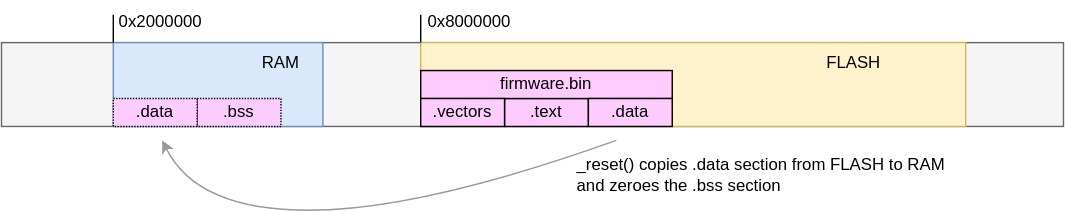
This is images/mem2.svg from cpq/bare-metal-programming-guide, a draw.io export, as it was before one commit. Source tidied: cells renumbered, new cells last; positions are measured from the earlier drawing's top-left corner, leaving out a move shared by most shapes. The source it was exported from:
```xml
<mxGraphModel>
  <root>
    <mxCell id="0" />
    <mxCell id="1" parent="0" />
    <mxCell id="2" style="rounded=0;whiteSpace=wrap;html=1;fillColor=#f5f5f5;fontColor=#333333;strokeColor=#666666;" parent="1" vertex="1">
      <mxGeometry y="30" width="760" height="60" as="geometry" />
    </mxCell>
    <mxCell id="3" style="rounded=0;whiteSpace=wrap;html=1;fillColor=#dae8fc;strokeColor=#6c8ebf;" parent="1" vertex="1">
      <mxGeometry x="80" y="30" width="150" height="60" as="geometry" />
    </mxCell>
    <mxCell id="4" style="rounded=0;whiteSpace=wrap;html=1;fillColor=#fff2cc;strokeColor=#d6b656;" parent="1" vertex="1">
      <mxGeometry x="300" y="30" width="390" height="60" as="geometry" />
    </mxCell>
    <mxCell id="5" style="group;fillColor=#FFCCFF;strokeColor=#9673a6;" parent="1" vertex="1">
      <mxGeometry x="300" y="50" width="180" height="40" as="geometry" />
    </mxCell>
    <mxCell id="6" value=".text" style="rounded=0;whiteSpace=wrap;html=1;fillColor=#FFCCFF;" parent="5" vertex="1">
      <mxGeometry x="60" y="20" width="60" height="20" as="geometry" />
    </mxCell>
    <mxCell id="7" value="firmware.bin" style="rounded=0;whiteSpace=wrap;html=1;fillColor=#FFCCFF;" parent="5" vertex="1">
      <mxGeometry width="180" height="20" as="geometry" />
    </mxCell>
    <mxCell id="8" value=".vectors" style="rounded=0;whiteSpace=wrap;html=1;fillColor=#FFCCFF;" parent="5" vertex="1">
      <mxGeometry y="20" width="60" height="20" as="geometry" />
    </mxCell>
    <mxCell id="9" value=".data" style="rounded=0;whiteSpace=wrap;html=1;fillColor=#FFCCFF;" parent="5" vertex="1">
      <mxGeometry x="120" y="20" width="60" height="20" as="geometry" />
    </mxCell>
    <mxCell id="10" value="FLASH" style="text;html=1;strokeColor=none;fillColor=none;align=center;verticalAlign=middle;whiteSpace=wrap;rounded=0;" parent="1" vertex="1">
      <mxGeometry x="580" y="30" width="60" height="30" as="geometry" />
    </mxCell>
    <mxCell id="11" style="endArrow=none;html=1;rounded=0;" parent="1" edge="1">
      <mxGeometry relative="1" as="geometry">
        <mxPoint x="300" y="30" as="sourcePoint" />
        <mxPoint x="300" y="10" as="targetPoint" />
      </mxGeometry>
    </mxCell>
    <mxCell id="12" style="endArrow=none;html=1;rounded=0;" parent="1" edge="1">
      <mxGeometry relative="1" as="geometry">
        <mxPoint x="80" y="30" as="sourcePoint" />
        <mxPoint x="80" y="10" as="targetPoint" />
      </mxGeometry>
    </mxCell>
    <mxCell id="13" value="0x2000000" style="text;html=1;strokeColor=none;fillColor=none;align=center;verticalAlign=middle;whiteSpace=wrap;rounded=0;" parent="1" vertex="1">
      <mxGeometry x="84" width="60" height="30" as="geometry" />
    </mxCell>
    <mxCell id="14" value="0x8000000" style="text;html=1;strokeColor=none;fillColor=none;align=center;verticalAlign=middle;whiteSpace=wrap;rounded=0;" parent="1" vertex="1">
      <mxGeometry x="305" width="60" height="30" as="geometry" />
    </mxCell>
    <mxCell id="15" style="curved=1;endArrow=classic;html=1;rounded=0;strokeColor=#999999;" parent="1" edge="1">
      <mxGeometry relative="1" as="geometry">
        <mxPoint x="440" y="100" as="sourcePoint" />
        <mxPoint x="115" y="100" as="targetPoint" />
        <Array as="points">
          <mxPoint x="300" y="150" />
          <mxPoint x="140" y="150" />
        </Array>
      </mxGeometry>
    </mxCell>
    <mxCell id="16" value=".bss" style="rounded=0;whiteSpace=wrap;html=1;fillColor=#FFCCFF;dashed=1;dashPattern=1 1;" parent="1" vertex="1">
      <mxGeometry x="140" y="70" width="60" height="20" as="geometry" />
    </mxCell>
    <mxCell id="17" value=".data" style="rounded=0;whiteSpace=wrap;html=1;fillColor=#FFCCFF;dashed=1;dashPattern=1 1;" parent="1" vertex="1">
      <mxGeometry x="80" y="70" width="60" height="20" as="geometry" />
    </mxCell>
    <mxCell id="18" value="RAM" style="text;html=1;strokeColor=none;fillColor=none;align=center;verticalAlign=middle;whiteSpace=wrap;rounded=0;" parent="1" vertex="1">
      <mxGeometry x="170" y="30" width="60" height="30" as="geometry" />
    </mxCell>
    <mxCell id="19" value="_reset() copies .data section from FLASH to RAM&lt;br&gt;and zeroes the .bss section" style="text;html=1;strokeColor=none;fillColor=none;align=left;verticalAlign=middle;whiteSpace=wrap;rounded=0;dashed=1;dashPattern=1 1;" parent="1" vertex="1">
      <mxGeometry x="410" y="110" width="295" height="30" as="geometry" />
    </mxCell>
  </root>
</mxGraphModel>
```
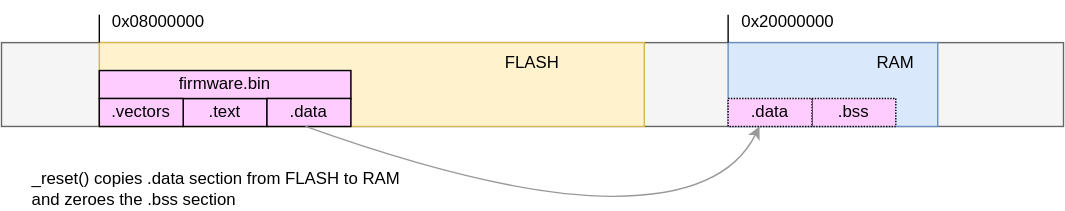
The same diagram one commit later.

Commit message:
Fix #1 - RAM address on diagrams

What changed in the source:
```diff
@@ -6,13 +6,13 @@
       <mxGeometry y="30" width="760" height="60" as="geometry" />
     </mxCell>
     <mxCell id="3" style="rounded=0;whiteSpace=wrap;html=1;fillColor=#dae8fc;strokeColor=#6c8ebf;" parent="1" vertex="1">
-      <mxGeometry x="80" y="30" width="150" height="60" as="geometry" />
+      <mxGeometry x="520" y="30" width="150" height="60" as="geometry" />
     </mxCell>
     <mxCell id="4" style="rounded=0;whiteSpace=wrap;html=1;fillColor=#fff2cc;strokeColor=#d6b656;" parent="1" vertex="1">
-      <mxGeometry x="300" y="30" width="390" height="60" as="geometry" />
+      <mxGeometry x="70" y="30" width="390" height="60" as="geometry" />
     </mxCell>
     <mxCell id="5" style="group;fillColor=#FFCCFF;strokeColor=#9673a6;" parent="1" vertex="1">
-      <mxGeometry x="300" y="50" width="180" height="40" as="geometry" />
+      <mxGeometry x="70" y="50" width="180" height="40" as="geometry" />
     </mxCell>
     <mxCell id="6" value=".text" style="rounded=0;whiteSpace=wrap;html=1;fillColor=#FFCCFF;" parent="5" vertex="1">
       <mxGeometry x="60" y="20" width="60" height="20" as="geometry" />
@@ -27,47 +27,47 @@
       <mxGeometry x="120" y="20" width="60" height="20" as="geometry" />
     </mxCell>
     <mxCell id="10" value="FLASH" style="text;html=1;strokeColor=none;fillColor=none;align=center;verticalAlign=middle;whiteSpace=wrap;rounded=0;" parent="1" vertex="1">
-      <mxGeometry x="580" y="30" width="60" height="30" as="geometry" />
+      <mxGeometry x="350" y="30" width="60" height="30" as="geometry" />
     </mxCell>
     <mxCell id="11" style="endArrow=none;html=1;rounded=0;" parent="1" edge="1">
       <mxGeometry relative="1" as="geometry">
-        <mxPoint x="300" y="30" as="sourcePoint" />
-        <mxPoint x="300" y="10" as="targetPoint" />
+        <mxPoint x="70" y="30" as="sourcePoint" />
+        <mxPoint x="70" y="10" as="targetPoint" />
       </mxGeometry>
     </mxCell>
     <mxCell id="12" style="endArrow=none;html=1;rounded=0;" parent="1" edge="1">
       <mxGeometry relative="1" as="geometry">
-        <mxPoint x="80" y="30" as="sourcePoint" />
-        <mxPoint x="80" y="10" as="targetPoint" />
+        <mxPoint x="520" y="30" as="sourcePoint" />
+        <mxPoint x="520" y="10" as="targetPoint" />
       </mxGeometry>
     </mxCell>
-    <mxCell id="13" value="0x2000000" style="text;html=1;strokeColor=none;fillColor=none;align=center;verticalAlign=middle;whiteSpace=wrap;rounded=0;" parent="1" vertex="1">
-      <mxGeometry x="84" width="60" height="30" as="geometry" />
+    <mxCell id="13" value="0x20000000" style="text;html=1;strokeColor=none;fillColor=none;align=center;verticalAlign=middle;whiteSpace=wrap;rounded=0;" parent="1" vertex="1">
+      <mxGeometry x="520" width="86" height="30" as="geometry" />
     </mxCell>
-    <mxCell id="14" value="0x8000000" style="text;html=1;strokeColor=none;fillColor=none;align=center;verticalAlign=middle;whiteSpace=wrap;rounded=0;" parent="1" vertex="1">
-      <mxGeometry x="305" width="60" height="30" as="geometry" />
+    <mxCell id="14" value="0x08000000" style="text;html=1;strokeColor=none;fillColor=none;align=center;verticalAlign=middle;whiteSpace=wrap;rounded=0;" parent="1" vertex="1">
+      <mxGeometry x="75" width="75" height="30" as="geometry" />
     </mxCell>
     <mxCell id="15" style="curved=1;endArrow=classic;html=1;rounded=0;strokeColor=#999999;" parent="1" edge="1">
       <mxGeometry relative="1" as="geometry">
-        <mxPoint x="440" y="100" as="sourcePoint" />
-        <mxPoint x="115" y="100" as="targetPoint" />
+        <mxPoint x="217.5" y="90" as="sourcePoint" />
+        <mxPoint x="542.5" y="90" as="targetPoint" />
         <Array as="points">
-          <mxPoint x="300" y="150" />
-          <mxPoint x="140" y="150" />
+          <mxPoint x="357.5" y="140" />
+          <mxPoint x="517.5" y="140" />
         </Array>
       </mxGeometry>
     </mxCell>
     <mxCell id="16" value=".bss" style="rounded=0;whiteSpace=wrap;html=1;fillColor=#FFCCFF;dashed=1;dashPattern=1 1;" parent="1" vertex="1">
-      <mxGeometry x="140" y="70" width="60" height="20" as="geometry" />
+      <mxGeometry x="580" y="70" width="60" height="20" as="geometry" />
     </mxCell>
     <mxCell id="17" value=".data" style="rounded=0;whiteSpace=wrap;html=1;fillColor=#FFCCFF;dashed=1;dashPattern=1 1;" parent="1" vertex="1">
-      <mxGeometry x="80" y="70" width="60" height="20" as="geometry" />
+      <mxGeometry x="520" y="70" width="60" height="20" as="geometry" />
     </mxCell>
     <mxCell id="18" value="RAM" style="text;html=1;strokeColor=none;fillColor=none;align=center;verticalAlign=middle;whiteSpace=wrap;rounded=0;" parent="1" vertex="1">
-      <mxGeometry x="170" y="30" width="60" height="30" as="geometry" />
+      <mxGeometry x="610" y="30" width="60" height="30" as="geometry" />
     </mxCell>
     <mxCell id="19" value="_reset() copies .data section from FLASH to RAM&lt;br&gt;and zeroes the .bss section" style="text;html=1;strokeColor=none;fillColor=none;align=left;verticalAlign=middle;whiteSpace=wrap;rounded=0;dashed=1;dashPattern=1 1;" parent="1" vertex="1">
-      <mxGeometry x="410" y="110" width="295" height="30" as="geometry" />
+      <mxGeometry x="20" y="120" width="295" height="30" as="geometry" />
     </mxCell>
   </root>
 </mxGraphModel>
```
